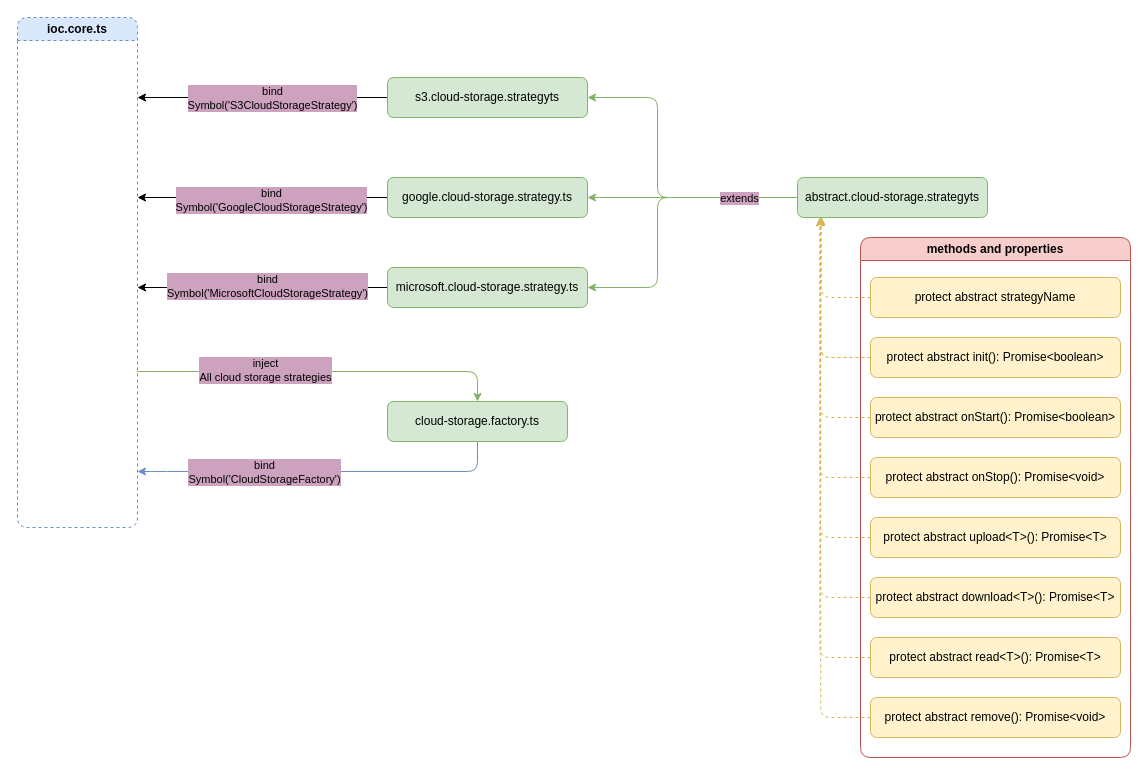
Before: documentation/server-platform/drawio/factories/cloud-storage.factory.drawio in Avelate/avelate-documentation, a draw.io diagram. Source tidied: cells renumbered, new cells numbered last; positions are measured from the earlier drawing's top-left corner, leaving out a move shared by most shapes. Both pictures are drawn from the tidied source at 100%, with x=0, y=0 at pixel (17, 17).
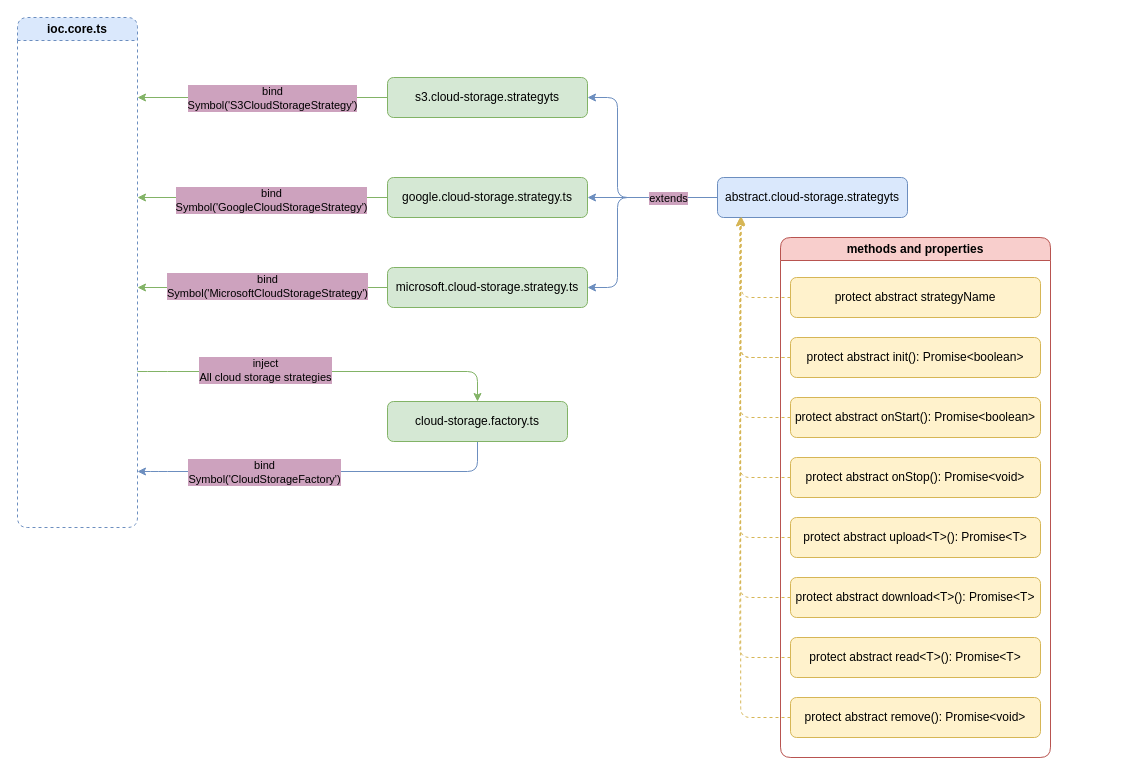
Above is the later version.

The change refers to these unchanged cells:
```xml
<mxCell id="5" value="s3.cloud-storage.strategyts" style="rounded=1;whiteSpace=wrap;html=1;fillColor=#d5e8d4;strokeColor=#82b366;" parent="1" vertex="1">
  <mxGeometry x="370" y="60" width="200" height="40" as="geometry" />
</mxCell>
<mxCell id="7" value="google.cloud-storage.strategy.ts" style="rounded=1;whiteSpace=wrap;html=1;fillColor=#d5e8d4;strokeColor=#82b366;" parent="1" vertex="1">
  <mxGeometry x="370" y="160" width="200" height="40" as="geometry" />
</mxCell>
<mxCell id="10" value="microsoft.cloud-storage.strategy.ts" style="rounded=1;whiteSpace=wrap;html=1;fillColor=#d5e8d4;strokeColor=#82b366;" parent="1" vertex="1">
  <mxGeometry x="370" y="250" width="200" height="40" as="geometry" />
</mxCell>
<mxCell id="18" value="protect abstract strategyName" style="rounded=1;whiteSpace=wrap;html=1;fillColor=#fff2cc;strokeColor=#d6b656;" parent="17" vertex="1">
  <mxGeometry x="10" y="40" width="250" height="40" as="geometry" />
</mxCell>
<mxCell id="19" value="protect abstract init(): Promise&amp;lt;boolean&amp;gt;" style="rounded=1;whiteSpace=wrap;html=1;fillColor=#fff2cc;strokeColor=#d6b656;" parent="17" vertex="1">
  <mxGeometry x="10" y="100" width="250" height="40" as="geometry" />
</mxCell>
```

What changed in the source:
```diff
@@
-    <mxCell id="3" style="edgeStyle=orthogonalEdgeStyle;rounded=0;jettySize=auto;html=1;" parent="1" edge="1" source="5">
+    <mxCell id="3" style="edgeStyle=orthogonalEdgeStyle;rounded=0;jettySize=auto;html=1;fillColor=#d5e8d4;strokeColor=#82b366;" parent="1" edge="1" source="5">
       <mxGeometry relative="1" as="geometry">
         <mxPoint x="120" y="80" as="targetPoint" />
       </mxGeometry>
     </mxCell>
@@
-    <mxCell id="6" style="edgeStyle=orthogonalEdgeStyle;rounded=0;jettySize=auto;html=1;exitX=0;exitY=0.5;exitDx=0;exitDy=0;" parent="1" edge="1" source="7">
+    <mxCell id="6" style="edgeStyle=orthogonalEdgeStyle;rounded=0;jettySize=auto;html=1;exitX=0;exitY=0.5;exitDx=0;exitDy=0;fillColor=#d5e8d4;strokeColor=#82b366;" parent="1" edge="1" source="7">
       <mxGeometry relative="1" as="geometry">
         <mxPoint x="120" y="180" as="targetPoint" />
       </mxGeometry>
     </mxCell>
@@
-    <mxCell id="8" style="edgeStyle=orthogonalEdgeStyle;rounded=0;jettySize=auto;html=1;" parent="1" edge="1" source="10">
+    <mxCell id="8" style="edgeStyle=orthogonalEdgeStyle;rounded=0;jettySize=auto;html=1;fillColor=#d5e8d4;strokeColor=#82b366;" parent="1" edge="1" source="10">
       <mxGeometry relative="1" as="geometry">
         <mxPoint x="120" y="270" as="targetPoint" />
         <Array as="points">
           <mxPoint x="260" y="270" />
           <mxPoint x="260" y="270" />
         </Array>
       </mxGeometry>
     </mxCell>
@@
-    <mxCell id="12" style="edgeStyle=orthogonalEdgeStyle;rounded=1;jettySize=auto;html=1;entryX=1;entryY=0.5;entryDx=0;entryDy=0;fillColor=#d5e8d4;strokeColor=#82b366;" parent="1" edge="1" source="16" target="5">
+    <mxCell id="12" style="edgeStyle=orthogonalEdgeStyle;rounded=1;jettySize=auto;html=1;entryX=1;entryY=0.5;entryDx=0;entryDy=0;fillColor=#dae8fc;strokeColor=#6c8ebf;" parent="1" edge="1" source="16" target="5">
       <mxGeometry relative="1" as="geometry">
         <Array as="points">
-          <mxPoint x="640" y="180" />
-          <mxPoint x="640" y="80" />
+          <mxPoint x="600" y="180" />
+          <mxPoint x="600" y="80" />
         </Array>
       </mxGeometry>
     </mxCell>
-    <mxCell id="13" style="edgeStyle=orthogonalEdgeStyle;rounded=1;jettySize=auto;html=1;entryX=1;entryY=0.5;entryDx=0;entryDy=0;fillColor=#d5e8d4;strokeColor=#82b366;" parent="1" edge="1" source="16" target="7">
+    <mxCell id="13" style="edgeStyle=orthogonalEdgeStyle;rounded=1;jettySize=auto;html=1;entryX=1;entryY=0.5;entryDx=0;entryDy=0;fillColor=#dae8fc;strokeColor=#6c8ebf;" parent="1" edge="1" source="16" target="7">
       <mxGeometry relative="1" as="geometry" />
     </mxCell>
-    <mxCell id="14" style="edgeStyle=orthogonalEdgeStyle;rounded=1;jettySize=auto;html=1;entryX=1;entryY=0.5;entryDx=0;entryDy=0;fillColor=#d5e8d4;strokeColor=#82b366;" parent="1" edge="1" source="16" target="10">
+    <mxCell id="14" style="edgeStyle=orthogonalEdgeStyle;rounded=1;jettySize=auto;html=1;entryX=1;entryY=0.5;entryDx=0;entryDy=0;fillColor=#dae8fc;strokeColor=#6c8ebf;" parent="1" edge="1" source="16" target="10">
       <mxGeometry relative="1" as="geometry">
         <Array as="points">
-          <mxPoint x="640" y="180" />
-          <mxPoint x="640" y="270" />
+          <mxPoint x="600" y="180" />
+          <mxPoint x="600" y="270" />
         </Array>
       </mxGeometry>
     </mxCell>
     <mxCell id="15" value="extends" style="edgeLabel;html=1;align=center;verticalAlign=middle;labelBackgroundColor=#CDA2BE;" parent="14" vertex="1">
       <mxGeometry x="-0.64" relative="1" as="geometry">
-        <mxPoint x="-5" as="offset" />
+        <mxPoint x="-10" as="offset" />
       </mxGeometry>
     </mxCell>
-    <mxCell id="16" value="abstract.cloud-storage.strategyts" style="rounded=1;whiteSpace=wrap;html=1;fillColor=#d5e8d4;strokeColor=#82b366;" parent="1" vertex="1">
-      <mxGeometry x="780" y="160" width="190" height="40" as="geometry" />
+    <mxCell id="16" value="abstract.cloud-storage.strategyts" style="rounded=1;whiteSpace=wrap;html=1;fillColor=#dae8fc;strokeColor=#6c8ebf;" parent="1" vertex="1">
+      <mxGeometry x="700" y="160" width="190" height="40" as="geometry" />
     </mxCell>
     <mxCell id="17" value="methods and properties" style="swimlane;whiteSpace=wrap;html=1;fillColor=#f8cecc;strokeColor=#b85450;rounded=1;" parent="1" vertex="1">
-      <mxGeometry x="843" y="220" width="270" height="520" as="geometry" />
+      <mxGeometry x="763" y="220" width="270" height="520" as="geometry" />
     </mxCell>
@@
     <mxCell id="28" style="edgeStyle=orthogonalEdgeStyle;rounded=1;jettySize=auto;html=1;exitX=0;exitY=0.5;exitDx=0;exitDy=0;fillColor=#fff2cc;strokeColor=#d6b656;dashed=1;entryX=0.125;entryY=0.975;entryDx=0;entryDy=0;entryPerimeter=0;" parent="1" edge="1" source="18" target="16">
       <mxGeometry relative="1" as="geometry">
         <Array as="points">
-          <mxPoint x="803" y="280" />
-          <mxPoint x="803" y="199" />
+          <mxPoint x="723" y="280" />
+          <mxPoint x="723" y="199" />
         </Array>
       </mxGeometry>
     </mxCell>
     <mxCell id="29" style="edgeStyle=orthogonalEdgeStyle;rounded=1;jettySize=auto;html=1;exitX=0;exitY=0.5;exitDx=0;exitDy=0;fillColor=#fff2cc;strokeColor=#d6b656;dashed=1;" parent="1" edge="1" target="16">
       <mxGeometry relative="1" as="geometry">
-        <mxPoint x="853" y="340" as="sourcePoint" />
+        <mxPoint x="773" y="340" as="sourcePoint" />
         <Array as="points">
-          <mxPoint x="803" y="340" />
+          <mxPoint x="723" y="340" />
         </Array>
       </mxGeometry>
     </mxCell>
@@
     <mxCell id="35" style="edgeStyle=orthogonalEdgeStyle;rounded=1;jettySize=auto;html=1;exitX=0;exitY=0.5;exitDx=0;exitDy=0;fillColor=#fff2cc;strokeColor=#d6b656;dashed=1;" parent="1" edge="1" source="19">
       <mxGeometry relative="1" as="geometry">
-        <mxPoint x="803" y="200" as="targetPoint" />
+        <mxPoint x="723" y="200" as="targetPoint" />
       </mxGeometry>
     </mxCell>
```
